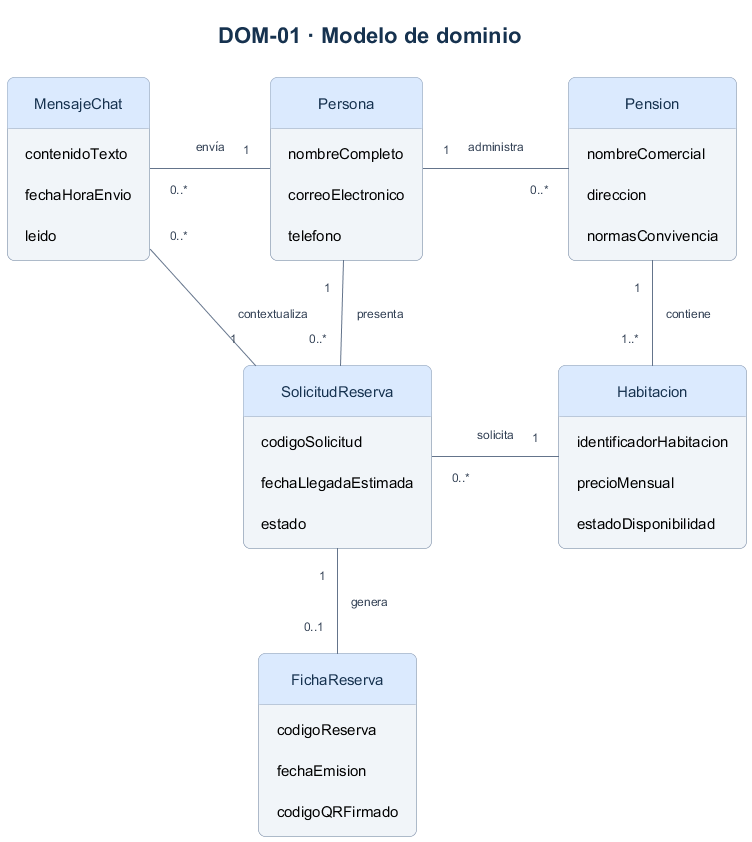
busca-tunido-requisitos/entrega-1 keeps this PlantUML diagram as diagramas/modelo-dominio-simplificado.png. Above is the earlier version. Its diagram source:
```plantuml
@startuml
title DOM-01 · Modelo de dominio
skinparam defaultFontName Arial
skinparam defaultFontSize 15
skinparam titleFontSize 22
skinparam titleFontColor #16324F
skinparam backgroundColor #FFFFFF
skinparam shadowing false
skinparam ArrowColor #64748B
skinparam ArrowFontColor #334155
skinparam ArrowFontSize 12
skinparam roundcorner 14
skinparam nodesep 65
skinparam ranksep 65
skinparam padding 12
skinparam classBackgroundColor #F1F5F9
skinparam classBorderColor #94A3B8
skinparam classHeaderBackgroundColor #DBEAFE
skinparam classFontColor #16324F
skinparam stateBackgroundColor #EFF6FF
skinparam stateBorderColor #7C9CBF
skinparam stateFontColor #16324F
skinparam usecaseBackgroundColor #EFF6FF
skinparam usecaseBorderColor #7C9CBF
skinparam usecaseFontColor #16324F
skinparam actorBorderColor #475569
skinparam actorFontColor #16324F
skinparam rectangleBorderColor #CBD5E1
skinparam rectangleFontColor #16324F
hide methods
hide circle
skinparam classAttributeIconSize 0
class Persona {
  nombreCompleto
  correoElectronico
  telefono
}
class Pension {
  nombreComercial
  direccion
  normasConvivencia
}
class Habitacion {
  identificadorHabitacion
  precioMensual
  estadoDisponibilidad
}
class SolicitudReserva {
  codigoSolicitud
  fechaLlegadaEstimada
  estado
}
class FichaReserva {
  codigoReserva
  fechaEmision
  codigoQRFirmado
}
class MensajeChat {
  contenidoTexto
  fechaHoraEnvio
  leido
}
Persona "1" -right- "0..*" Pension : administra
Pension "1" -down- "1..*" Habitacion : contiene
Persona "1" -down- "0..*" SolicitudReserva : presenta
SolicitudReserva "0..*" -right- "1" Habitacion : solicita
SolicitudReserva "1" -down- "0..1" FichaReserva : genera
SolicitudReserva "1" -left- "0..*" MensajeChat : contextualiza
Persona "1" -left- "0..*" MensajeChat : envía
@enduml
```
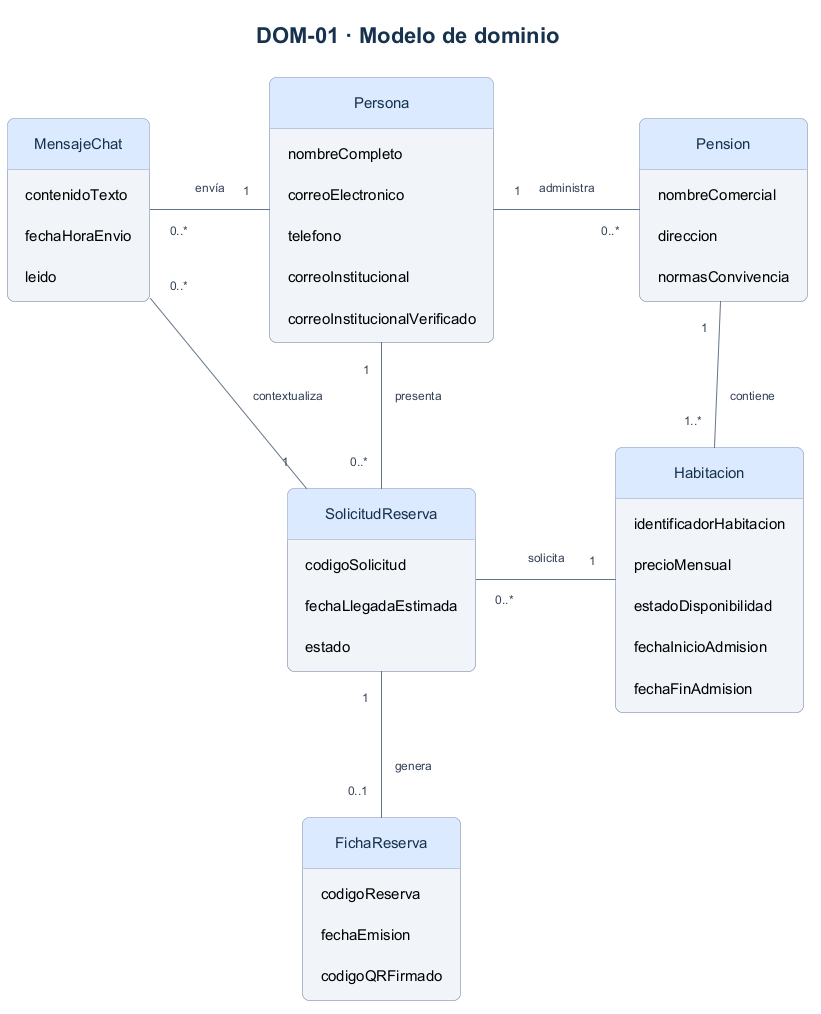
After the commit.

What changed in the source:
```diff
@@ -34,6 +34,8 @@
   nombreCompleto
   correoElectronico
   telefono
+  correoInstitucional
+  correoInstitucionalVerificado
 }
 class Pension {
   nombreComercial
@@ -44,6 +46,8 @@
   identificadorHabitacion
   precioMensual
   estadoDisponibilidad
+  fechaInicioAdmision
+  fechaFinAdmision
 }
 class SolicitudReserva {
   codigoSolicitud
```
